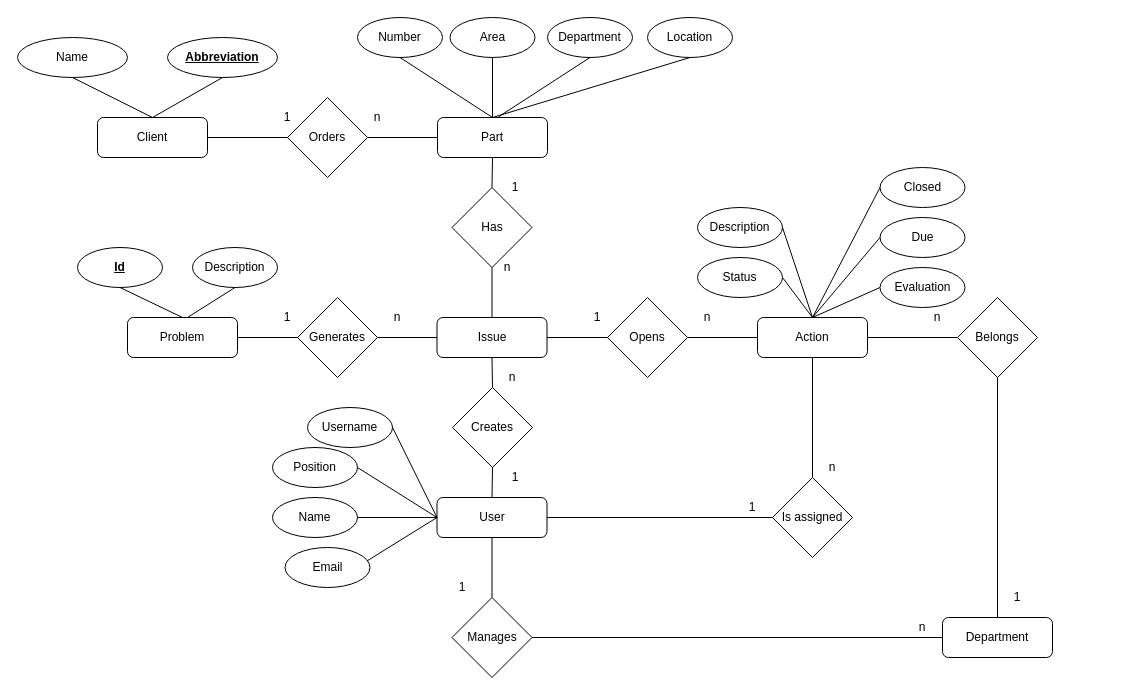
Earlier version of the draw.io diagram api/db/model/EntityRelationshipDiagram.drawio (FFahrenheit/ScrapActionListAPI). Source tidied: cells renumbered, new cells numbered last; positions are measured from the earlier drawing's top-left corner, leaving out a move shared by most shapes. Both pictures are drawn from the tidied source at 100%, with x=0, y=0 at pixel (17, 17).
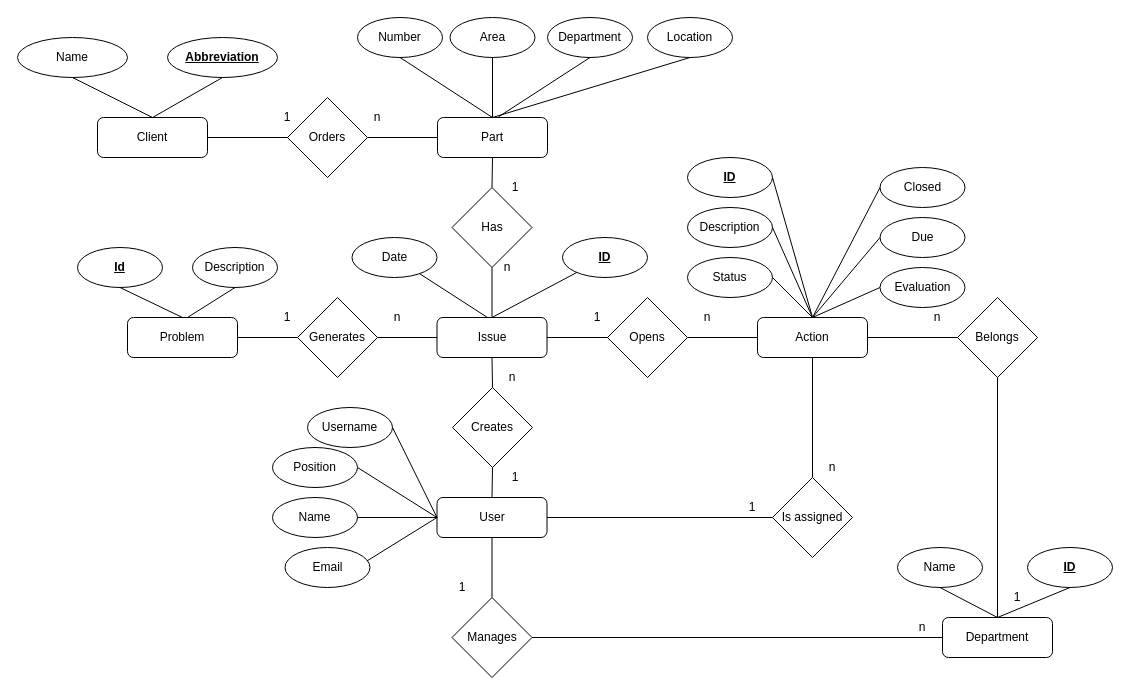
The same page after the edit.

The change refers to these unchanged cells:
```xml
<mxCell id="22" value="Issue" style="rounded=1;whiteSpace=wrap;html=1;" parent="1" vertex="1">
  <mxGeometry x="419.5" y="300" width="110" height="40" as="geometry" />
</mxCell>
<mxCell id="52" value="Action" style="rounded=1;whiteSpace=wrap;html=1;" parent="1" vertex="1">
  <mxGeometry x="740" y="300" width="110" height="40" as="geometry" />
</mxCell>
```

What changed in the source:
```diff
@@
     <mxCell id="75" value="Status" style="ellipse;whiteSpace=wrap;html=1;" parent="1" vertex="1">
-      <mxGeometry x="680" y="240" width="85" height="40" as="geometry" />
+      <mxGeometry x="670" y="240" width="85" height="40" as="geometry" />
     </mxCell>
     <mxCell id="76" value="Description" style="ellipse;whiteSpace=wrap;html=1;" parent="1" vertex="1">
-      <mxGeometry x="680" y="190" width="85" height="40" as="geometry" />
+      <mxGeometry x="670" y="190" width="85" height="40" as="geometry" />
     </mxCell>
@@
+    <mxCell id="83" value="&lt;b&gt;&lt;u&gt;ID&lt;/u&gt;&lt;/b&gt;" style="ellipse;whiteSpace=wrap;html=1;" parent="1" vertex="1">
+      <mxGeometry x="545" y="220" width="85" height="40" as="geometry" />
+    </mxCell>
+    <mxCell id="84" style="endArrow=none;html=1;exitX=0.5;exitY=0;exitDx=0;exitDy=0;" parent="1" edge="1" source="22" target="83">
+      <mxGeometry relative="1" as="geometry" />
+    </mxCell>
+    <mxCell id="85" value="Date" style="ellipse;whiteSpace=wrap;html=1;" parent="1" vertex="1">
+      <mxGeometry x="334.5" y="220" width="85" height="40" as="geometry" />
+    </mxCell>
+    <mxCell id="86" style="endArrow=none;html=1;" parent="1" edge="1" target="85">
+      <mxGeometry relative="1" as="geometry">
+        <mxPoint x="470" y="300" as="sourcePoint" />
+      </mxGeometry>
+    </mxCell>
+    <mxCell id="87" value="&lt;u&gt;&lt;b&gt;ID&lt;/b&gt;&lt;/u&gt;" style="ellipse;whiteSpace=wrap;html=1;" parent="1" vertex="1">
+      <mxGeometry x="670" y="140" width="85" height="40" as="geometry" />
+    </mxCell>
+    <mxCell id="88" style="endArrow=none;html=1;exitX=1;exitY=0.5;exitDx=0;exitDy=0;entryX=0.5;entryY=0;entryDx=0;entryDy=0;" parent="1" edge="1" source="87" target="52">
+      <mxGeometry relative="1" as="geometry" />
+    </mxCell>
+    <mxCell id="89" value="&lt;b&gt;&lt;u&gt;ID&lt;/u&gt;&lt;/b&gt;" style="ellipse;whiteSpace=wrap;html=1;" parent="1" vertex="1">
+      <mxGeometry x="1010" y="530" width="85" height="40" as="geometry" />
+    </mxCell>
+    <mxCell id="90" style="endArrow=none;html=1;entryX=0.5;entryY=1;entryDx=0;entryDy=0;" parent="1" edge="1" target="89">
+      <mxGeometry relative="1" as="geometry">
+        <mxPoint x="980" y="600" as="sourcePoint" />
+      </mxGeometry>
+    </mxCell>
+    <mxCell id="91" value="Name" style="ellipse;whiteSpace=wrap;html=1;" parent="1" vertex="1">
+      <mxGeometry x="880" y="530" width="85" height="40" as="geometry" />
+    </mxCell>
+    <mxCell id="92" style="endArrow=none;html=1;entryX=0.5;entryY=1;entryDx=0;entryDy=0;" parent="1" edge="1" target="91">
+      <mxGeometry relative="1" as="geometry">
+        <mxPoint x="980" y="600" as="sourcePoint" />
+      </mxGeometry>
+    </mxCell>
```
